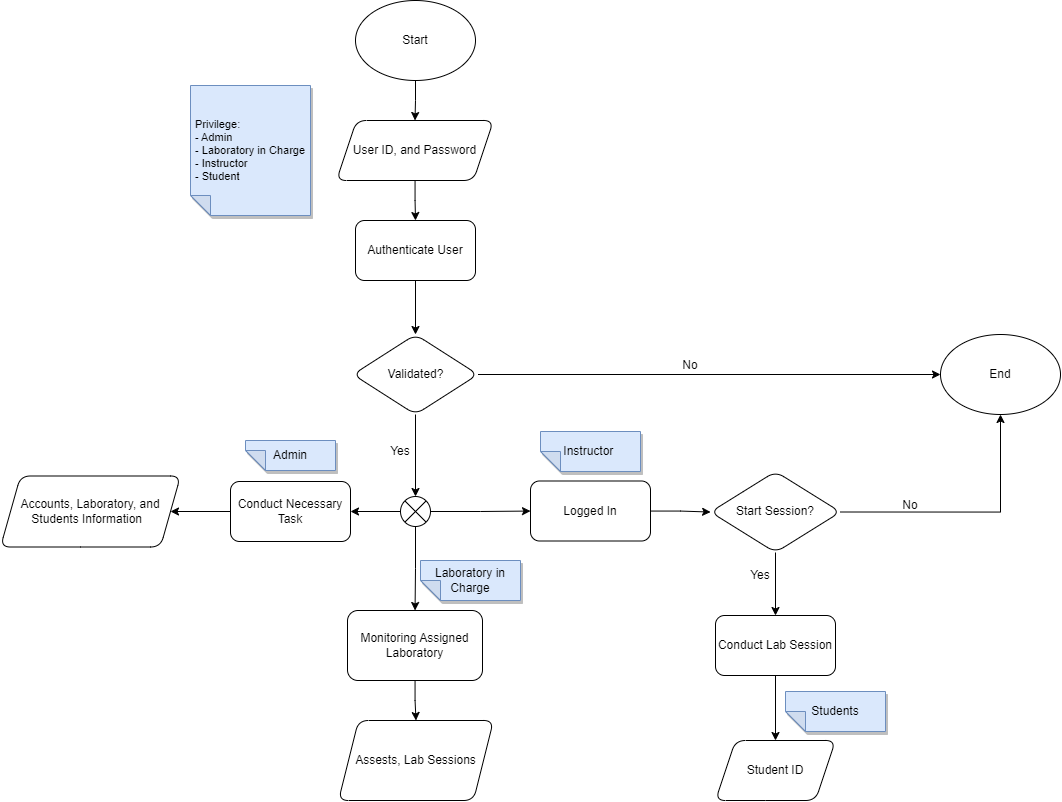
Above: Heirarchy of Project Modules/LabSystem_Flowchart.drawio.png in kaisunoo/Acads (draw.io), before the change. Source tidied: cells renumbered, new cells last; positions are measured from the earlier drawing's top-left corner, leaving out a move shared by most shapes.
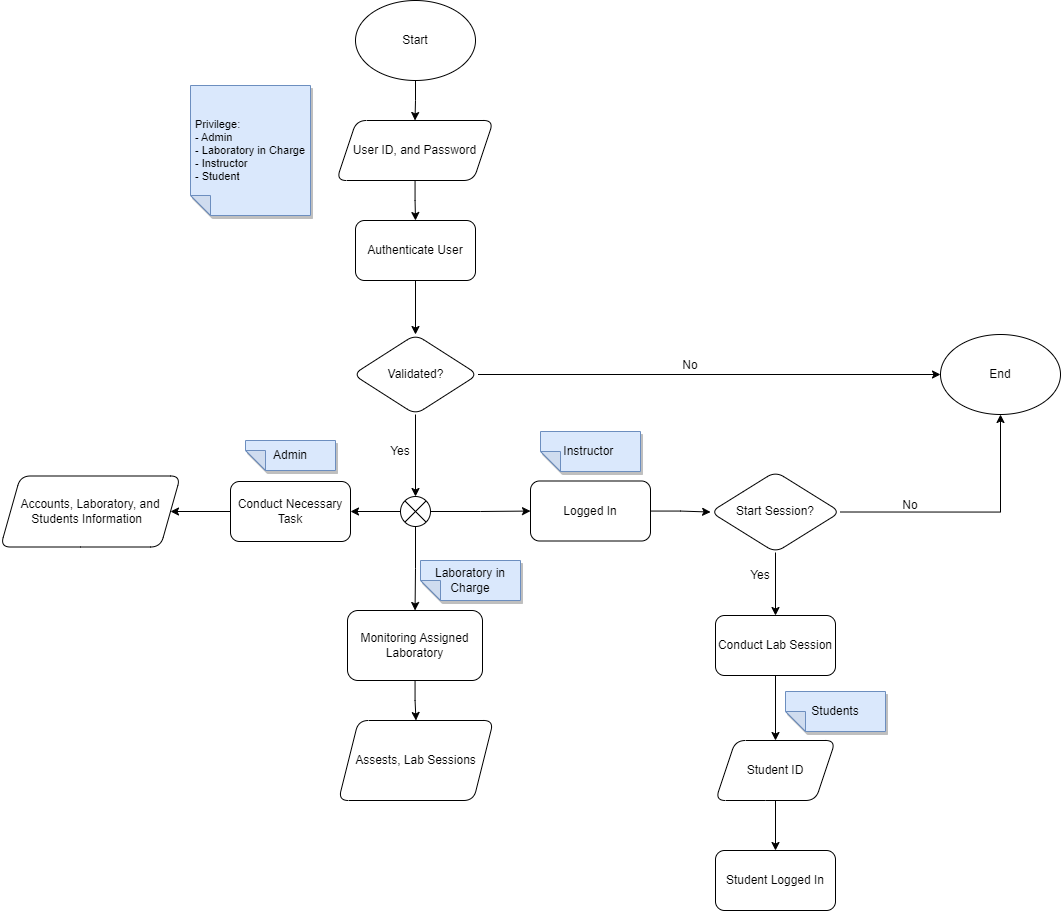
The same diagram one commit later.

The edit, as a diff of the source:
```diff
@@ -101,6 +101,9 @@
     <mxCell id="34" value="Conduct Lab Session" style="whiteSpace=wrap;html=1;rounded=1;" parent="1" vertex="1">
       <mxGeometry x="715" y="615" width="120" height="60" as="geometry" />
     </mxCell>
+    <mxCell id="39" style="edgeStyle=orthogonalEdgeStyle;rounded=0;jettySize=auto;html=1;" parent="1" edge="1" source="35" target="40">
+      <mxGeometry relative="1" as="geometry" />
+    </mxCell>
     <mxCell id="35" value="Student ID" style="shape=parallelogram;perimeter=parallelogramPerimeter;whiteSpace=wrap;html=1;fixedSize=1;rounded=1;" parent="1" vertex="1">
       <mxGeometry x="715" y="740" width="120" height="60" as="geometry" />
     </mxCell>
@@ -113,5 +116,8 @@
     <mxCell id="38" value="No" style="text;strokeColor=none;align=center;fillColor=none;html=1;verticalAlign=middle;whiteSpace=wrap;rounded=0;" parent="1" vertex="1">
       <mxGeometry x="880" y="490" width="60" height="30" as="geometry" />
     </mxCell>
+    <mxCell id="40" value="Student Logged In" style="whiteSpace=wrap;html=1;rounded=1;" parent="1" vertex="1">
+      <mxGeometry x="715" y="850" width="120" height="60" as="geometry" />
+    </mxCell>
   </root>
 </mxGraphModel>
```
